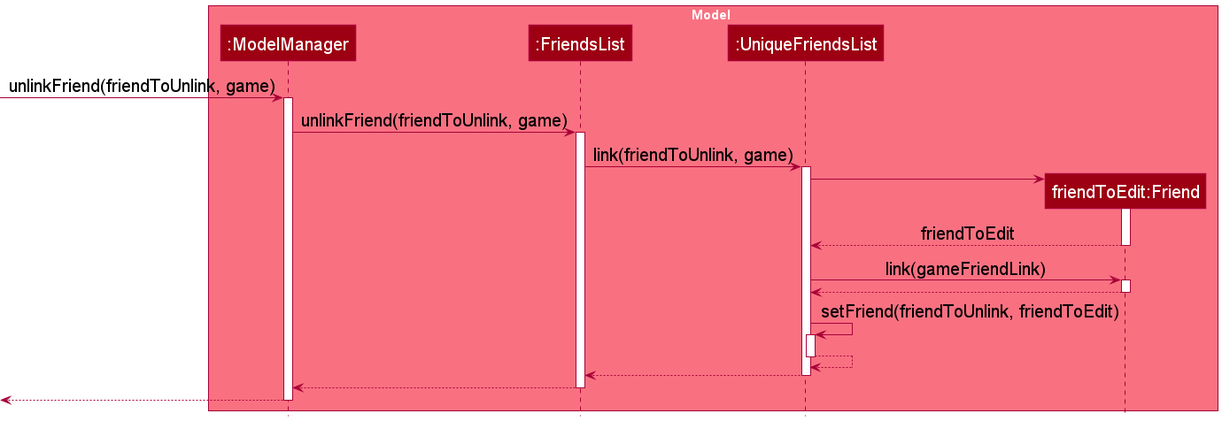
The PlantUML diagram docs/images/UnlinkSequenceDiagram2.png in nus-cs2103-AY2122S1/tp, before a commit.
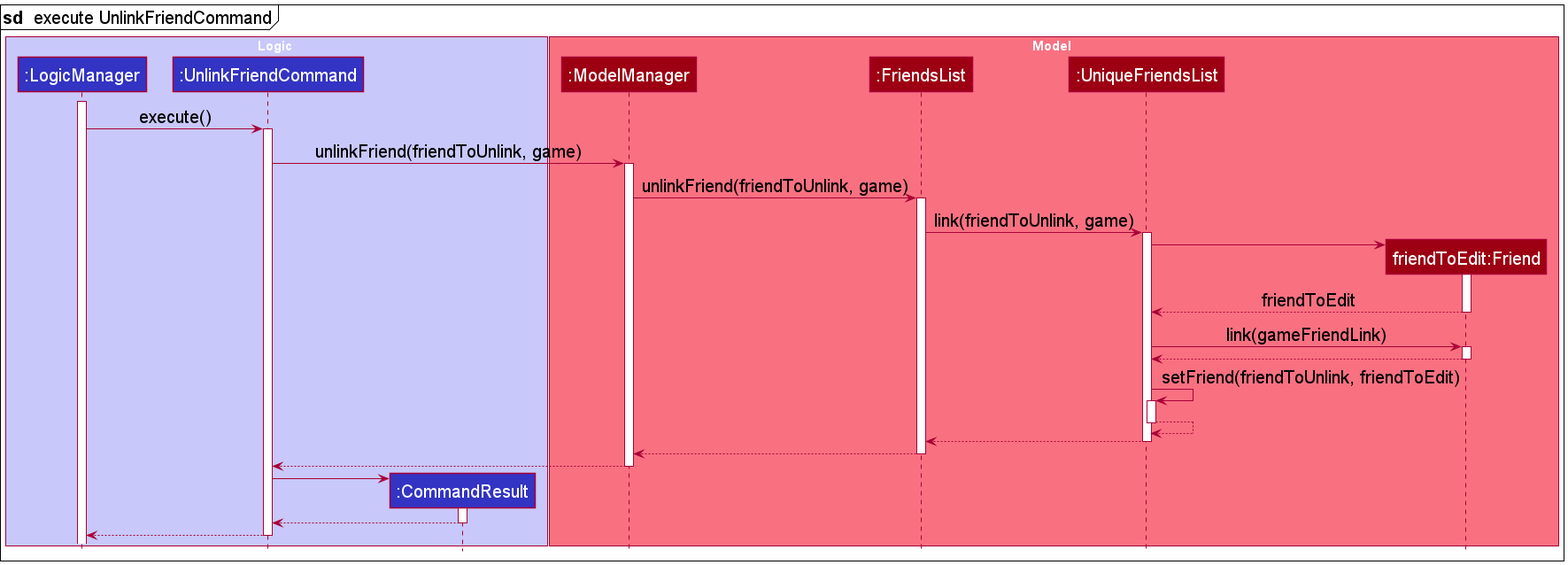
Above is the later version.

Commit message:
Modify sequence diagrams

Change to the diagram source:
```diff
@@ -1,6 +1,15 @@
 @startuml
 !include style.puml
 skinparam defaultFontSize 20
+
+mainframe **sd**  execute UnlinkFriendCommand
+
+box Logic LOGIC_COLOR_T1
+
+participant ":LogicManager" as LogicManager LOGIC_COLOR
+participant ":UnlinkFriendCommand" as UnlinkFriendCommand LOGIC_COLOR
+participant ":CommandResult" as CommandResult LOGIC_COLOR
+end box
 
 box Model MODEL_COLOR_T1
 participant ":ModelManager" as ModelManager MODEL_COLOR
@@ -9,7 +18,12 @@
 participant "friendToEdit:Friend" as Friend MODEL_COLOR
 end box
 
--> ModelManager : unlinkFriend(friendToUnlink, game)
+activate LogicManager
+
+LogicManager -> UnlinkFriendCommand : execute()
+activate UnlinkFriendCommand
+
+UnlinkFriendCommand -> ModelManager : unlinkFriend(friendToUnlink, game)
 activate ModelManager
 ModelManager -> FriendsList : unlinkFriend(friendToUnlink, game)
 activate FriendsList
@@ -32,5 +46,15 @@
 deactivate UniqueFriendsList
 FriendsList --> ModelManager
 deactivate FriendsList
+ModelManager --> UnlinkFriendCommand
+deactivate ModelManager
+
+create CommandResult
+UnlinkFriendCommand -> CommandResult
+activate CommandResult
+
+CommandResult --> UnlinkFriendCommand
+deactivate CommandResult
+
 return
 @enduml
```
